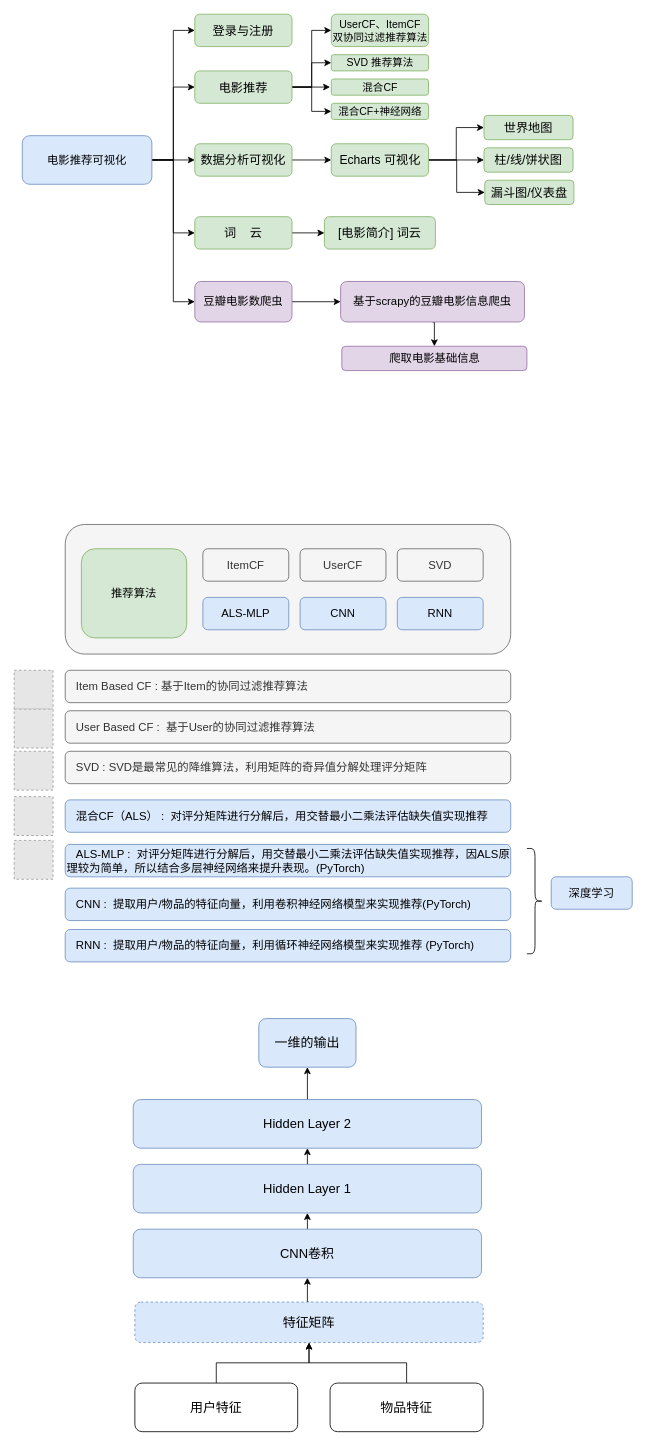
The draw.io diagram FLASK/25-CNN电影推荐可视化.drawio in redcomet88/DRAW, before the edit. Source tidied: cells renumbered, new cells numbered last; positions are measured from the earlier drawing's top-left corner, leaving out a move shared by most shapes. Both pictures are drawn from the tidied source at 81%, with x=0, y=0 at pixel (14, 14). Pictures stored in the file or linked from it are replaced by grey dashed boxes.
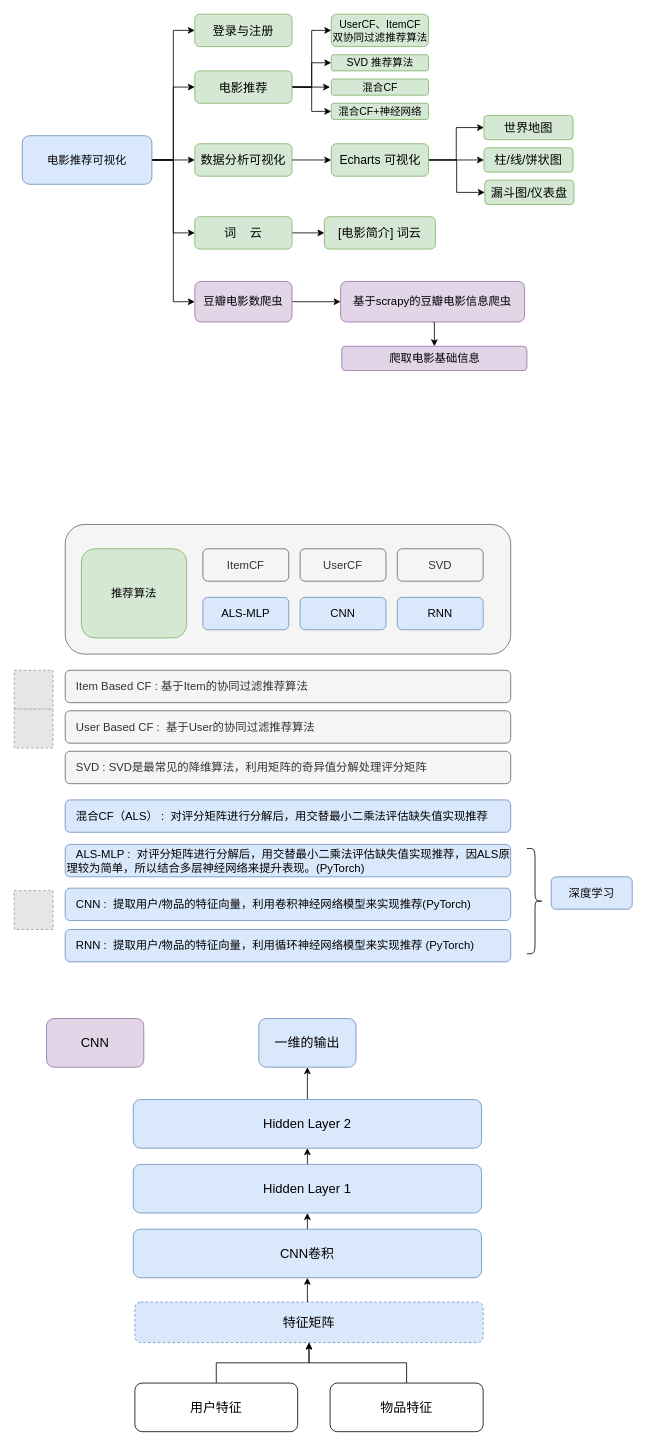
Above is the later version.

Commit message:
更新25-CNN电影推荐可视化.drawio

What changed in the source:
```diff
@@
-    <mxCell id="52" style="fillColor=#E6E6E6;strokeColor=#999999;dashed=1;html=1;verticalAlign=top;verticalLabelPosition=bottom;labelBackgroundColor=#ffffff;" parent="1" vertex="1">
-      <mxGeometry y="910" width="48" height="48" as="geometry" />
-    </mxCell>
-    <mxCell id="53" style="fillColor=#E6E6E6;strokeColor=#999999;dashed=1;html=1;verticalAlign=top;verticalLabelPosition=bottom;labelBackgroundColor=#ffffff;" parent="1" vertex="1">
-      <mxGeometry y="966" width="48" height="48" as="geometry" />
-    </mxCell>
-    <mxCell id="54" style="fillColor=#E6E6E6;strokeColor=#999999;dashed=1;html=1;verticalAlign=top;verticalLabelPosition=bottom;labelBackgroundColor=#ffffff;" parent="1" vertex="1">
-      <mxGeometry y="1020" width="48" height="48" as="geometry" />
-    </mxCell>
@@
+    <mxCell id="70" style="fillColor=#E6E6E6;strokeColor=#999999;dashed=1;html=1;verticalAlign=top;verticalLabelPosition=bottom;labelBackgroundColor=#ffffff;" parent="1" vertex="1">
+      <mxGeometry y="1082" width="48" height="48" as="geometry" />
+    </mxCell>
+    <mxCell id="71" value="CNN" style="rounded=1;whiteSpace=wrap;html=1;fontSize=16;fillColor=#e1d5e7;strokeColor=#9673a6;" parent="1" vertex="1">
+      <mxGeometry x="40" y="1240" width="120" height="60" as="geometry" />
+    </mxCell>
```
